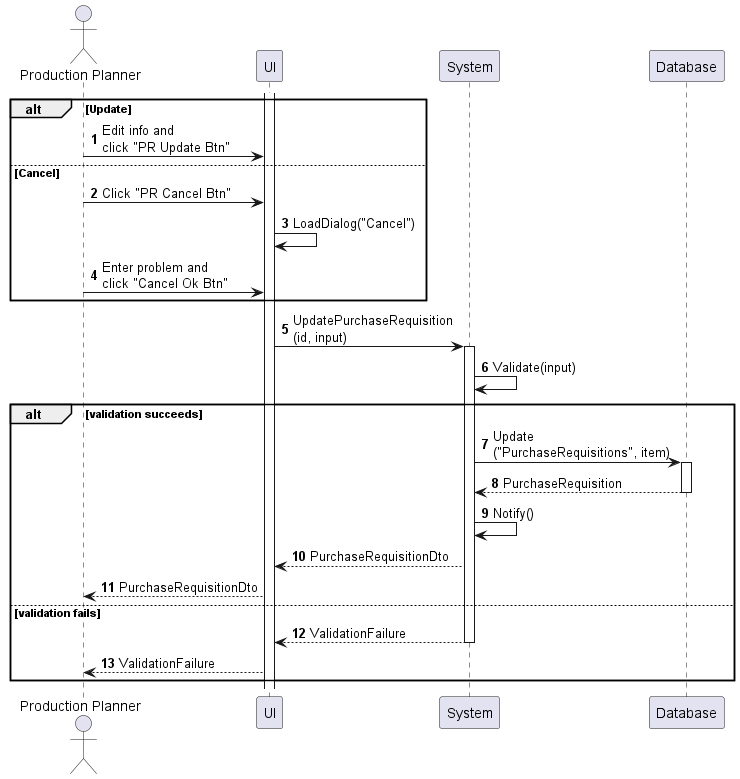
phihungha/scmss-reqs keeps this PlantUML diagram as sequences/purchase-requisition-update.png. Above is the earlier version.
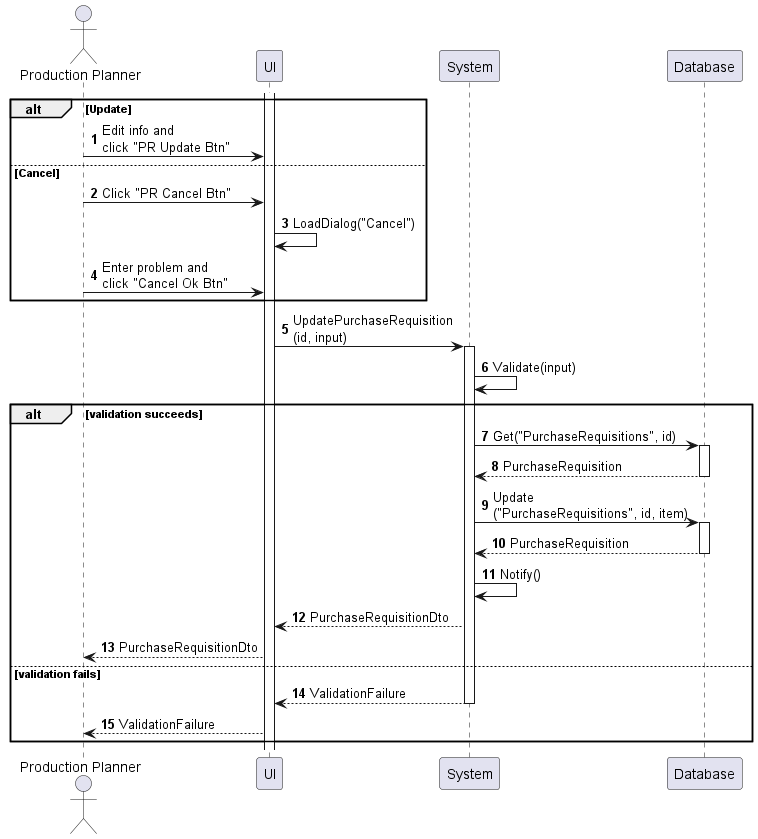
The same diagram one commit later.

Diff of the diagram source:
```diff
@@ -21,7 +21,10 @@
 b -> b : Validate(input)
 
 alt validation succeeds
-    b -> d : Update\n("PurchaseRequisitions", item)
+    b -> d : Get("PurchaseRequisitions", id)
+    activate d
+    return PurchaseRequisition
+    b -> d : Update\n("PurchaseRequisitions", id, item)
     activate d
     return PurchaseRequisition
     b -> b : Notify()
```
